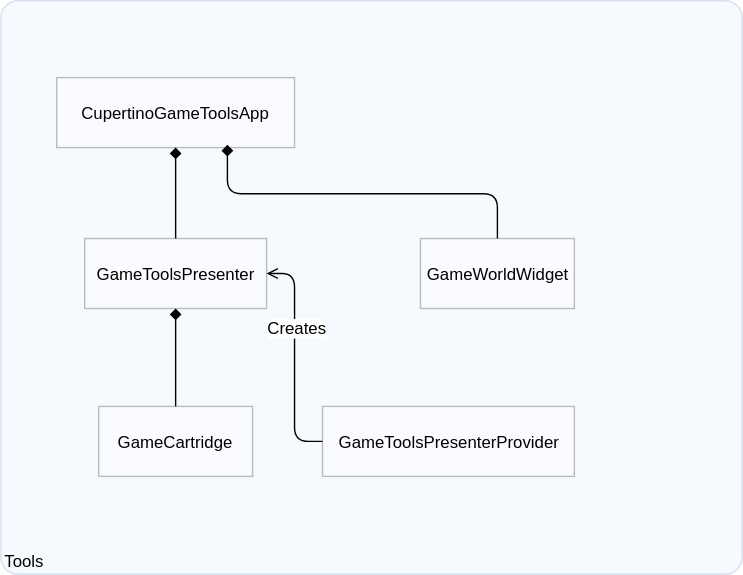
Before: doc/KGRESS-Code - Tools.svg, a diagram exported from draw.io (kevinvandenbreemen/kgress). Source tidied: cells renumbered, new cells last; positions are measured from the earlier drawing's top-left corner, leaving out a move shared by most shapes. Source of this version:
```xml
<mxGraphModel>
  <root>
    <mxCell id="0" />
    <mxCell id="1" parent="0" />
    <object id="2" label="&lt;div style=&quot;text-align: left&quot;&gt;Tools&lt;/div&gt;" c4Application="applicationAndVersion" c4Name="name" c4Type="ExecutionEnvironment" placeholders="1">
      <mxCell style="rounded=1;whiteSpace=wrap;html=1;labelBackgroundColor=none;fillColor=#dae8fc;align=left;arcSize=3;strokeColor=#6c8ebf;verticalAlign=bottom;opacity=25;" parent="1" vertex="1">
        <mxGeometry width="530" height="410" as="geometry" />
      </mxCell>
    </object>
    <mxCell id="3" value="&lt;span style=&quot;font-weight: normal&quot;&gt;CupertinoGameToolsApp&lt;/span&gt;&lt;br style=&quot;font-size: 12px&quot;&gt;" style="html=1;fontSize=12;opacity=25;fontStyle=1;" parent="1" vertex="1">
      <mxGeometry x="40" y="55" width="170" height="50" as="geometry" />
    </mxCell>
    <mxCell id="4" style="edgeStyle=orthogonalEdgeStyle;rounded=1;jettySize=auto;html=1;exitX=0.5;exitY=0;exitDx=0;exitDy=0;entryX=0.5;entryY=1;entryDx=0;entryDy=0;endArrow=diamond;endFill=1;fontSize=12;" parent="1" edge="1" source="5" target="7">
      <mxGeometry relative="1" as="geometry" />
    </mxCell>
    <mxCell id="5" value="GameCartridge&lt;br&gt;" style="html=1;fontSize=12;opacity=25;" parent="1" vertex="1">
      <mxGeometry x="70" y="290" width="110" height="50" as="geometry" />
    </mxCell>
    <mxCell id="6" style="edgeStyle=orthogonalEdgeStyle;rounded=1;jettySize=auto;html=1;exitX=0.5;exitY=0;exitDx=0;exitDy=0;entryX=0.5;entryY=1;entryDx=0;entryDy=0;endArrow=diamond;endFill=1;fontSize=12;" parent="1" edge="1" source="7" target="3">
      <mxGeometry relative="1" as="geometry" />
    </mxCell>
    <mxCell id="7" value="GameToolsPresenter&lt;br&gt;" style="html=1;fontSize=12;opacity=25;" parent="1" vertex="1">
      <mxGeometry x="60" y="170" width="130" height="50" as="geometry" />
    </mxCell>
    <mxCell id="8" style="edgeStyle=orthogonalEdgeStyle;rounded=1;jettySize=auto;html=1;exitX=0;exitY=0.5;exitDx=0;exitDy=0;entryX=1;entryY=0.5;entryDx=0;entryDy=0;endArrow=open;endFill=0;fontSize=12;" parent="1" edge="1" source="10" target="7">
      <mxGeometry relative="1" as="geometry" />
    </mxCell>
    <mxCell id="9" value="Creates" style="text;html=1;align=center;verticalAlign=middle;labelBackgroundColor=#ffffff;fontSize=12;" parent="8" vertex="1">
      <mxGeometry x="0.27" y="-1" relative="1" as="geometry" />
    </mxCell>
    <mxCell id="10" value="GameToolsPresenterProvider" style="html=1;fontSize=12;opacity=25;" parent="1" vertex="1">
      <mxGeometry x="230" y="290" width="180" height="50" as="geometry" />
    </mxCell>
    <mxCell id="11" style="edgeStyle=orthogonalEdgeStyle;rounded=1;jettySize=auto;html=1;exitX=0.5;exitY=0;exitDx=0;exitDy=0;entryX=0.718;entryY=0.96;entryDx=0;entryDy=0;entryPerimeter=0;endArrow=diamond;endFill=1;fontSize=12;" parent="1" edge="1" source="12" target="3">
      <mxGeometry relative="1" as="geometry" />
    </mxCell>
    <mxCell id="12" value="GameWorldWidget" style="html=1;fontSize=12;opacity=25;" parent="1" vertex="1">
      <mxGeometry x="300" y="170" width="110" height="50" as="geometry" />
    </mxCell>
  </root>
</mxGraphModel>
```
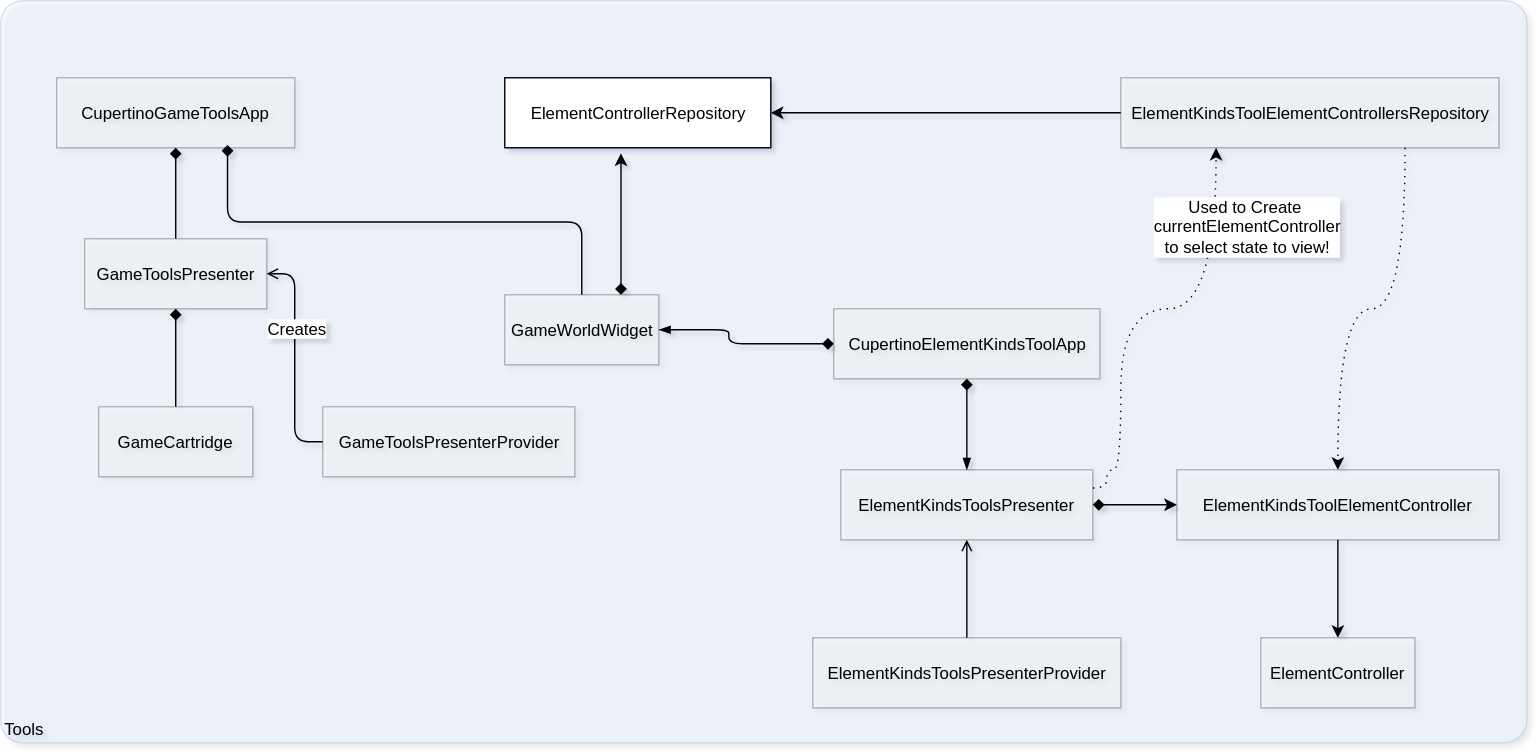
After the commit.

Change to the diagram source:
```diff
@@ -4,7 +4,7 @@
     <mxCell id="1" parent="0" />
     <object id="2" label="&lt;div style=&quot;text-align: left&quot;&gt;Tools&lt;/div&gt;" c4Application="applicationAndVersion" c4Name="name" c4Type="ExecutionEnvironment" placeholders="1">
       <mxCell style="rounded=1;whiteSpace=wrap;html=1;labelBackgroundColor=none;fillColor=#dae8fc;align=left;arcSize=3;strokeColor=#6c8ebf;verticalAlign=bottom;opacity=25;" parent="1" vertex="1">
-        <mxGeometry width="530" height="410" as="geometry" />
+        <mxGeometry width="1090" height="530" as="geometry" />
       </mxCell>
     </object>
     <mxCell id="3" value="&lt;span style=&quot;font-weight: normal&quot;&gt;CupertinoGameToolsApp&lt;/span&gt;&lt;br style=&quot;font-size: 12px&quot;&gt;" style="html=1;fontSize=12;opacity=25;fontStyle=1;" parent="1" vertex="1">
@@ -34,8 +34,74 @@
     <mxCell id="11" style="edgeStyle=orthogonalEdgeStyle;rounded=1;jettySize=auto;html=1;exitX=0.5;exitY=0;exitDx=0;exitDy=0;entryX=0.718;entryY=0.96;entryDx=0;entryDy=0;entryPerimeter=0;endArrow=diamond;endFill=1;fontSize=12;" parent="1" edge="1" source="12" target="3">
       <mxGeometry relative="1" as="geometry" />
     </mxCell>
+    <mxCell id="13" style="edgeStyle=orthogonalEdgeStyle;rounded=0;jettySize=auto;html=1;exitX=0.75;exitY=0;exitDx=0;exitDy=0;entryX=0.437;entryY=1.08;entryDx=0;entryDy=0;entryPerimeter=0;startArrow=diamond;startFill=1;" parent="1" edge="1" source="12" target="26">
+      <mxGeometry relative="1" as="geometry" />
+    </mxCell>
     <mxCell id="12" value="GameWorldWidget" style="html=1;fontSize=12;opacity=25;" parent="1" vertex="1">
-      <mxGeometry x="300" y="170" width="110" height="50" as="geometry" />
+      <mxGeometry x="360" y="210" width="110" height="50" as="geometry" />
     </mxCell>
+    <mxCell id="14" style="edgeStyle=orthogonalEdgeStyle;rounded=0;jettySize=auto;html=1;exitX=0.5;exitY=1;exitDx=0;exitDy=0;entryX=0.5;entryY=0;entryDx=0;entryDy=0;endArrow=blockThin;endFill=1;startArrow=diamond;startFill=1;" parent="1" edge="1" source="16" target="22">
+      <mxGeometry relative="1" as="geometry" />
+    </mxCell>
+    <mxCell id="15" style="edgeStyle=orthogonalEdgeStyle;rounded=1;jettySize=auto;html=1;exitX=0;exitY=0.5;exitDx=0;exitDy=0;entryX=1;entryY=0.5;entryDx=0;entryDy=0;startArrow=diamond;startFill=1;endArrow=blockThin;endFill=1;" parent="1" edge="1" source="16" target="12">
+      <mxGeometry relative="1" as="geometry">
+        <Array as="points">
+          <mxPoint x="520" y="245" />
+          <mxPoint x="520" y="235" />
+        </Array>
+      </mxGeometry>
+    </mxCell>
+    <mxCell id="16" value="CupertinoElementKindsToolApp" style="html=1;opacity=25;" parent="1" vertex="1">
+      <mxGeometry x="595" y="220" width="190" height="50" as="geometry" />
+    </mxCell>
+    <mxCell id="17" style="edgeStyle=orthogonalEdgeStyle;rounded=0;jettySize=auto;html=1;endArrow=open;endFill=0;" parent="1" edge="1" source="18" target="22">
+      <mxGeometry relative="1" as="geometry" />
+    </mxCell>
+    <mxCell id="18" value="ElementKindsToolsPresenterProvider" style="html=1;opacity=25;" parent="1" vertex="1">
+      <mxGeometry x="580" y="455" width="220" height="50" as="geometry" />
+    </mxCell>
+    <mxCell id="19" style="edgeStyle=orthogonalEdgeStyle;rounded=0;jettySize=auto;html=1;exitX=1;exitY=0.5;exitDx=0;exitDy=0;entryX=0;entryY=0.5;entryDx=0;entryDy=0;startArrow=diamond;startFill=1;" parent="1" edge="1" source="22" target="29">
+      <mxGeometry relative="1" as="geometry" />
+    </mxCell>
+    <mxCell id="20" style="edgeStyle=orthogonalEdgeStyle;jettySize=auto;html=1;exitX=1;exitY=0.25;exitDx=0;exitDy=0;entryX=0.25;entryY=1;entryDx=0;entryDy=0;startArrow=none;startFill=0;dashed=1;dashPattern=1 4;curved=1;" parent="1" edge="1" source="22" target="25">
+      <mxGeometry relative="1" as="geometry">
+        <Array as="points">
+          <mxPoint x="790" y="348" />
+          <mxPoint x="790" y="335" />
+          <mxPoint x="800" y="335" />
+          <mxPoint x="800" y="220" />
+          <mxPoint x="868" y="220" />
+        </Array>
+      </mxGeometry>
+    </mxCell>
+    <mxCell id="21" value="Used to Create&amp;nbsp;&lt;br&gt;currentElementController&lt;br&gt;to select state to view!&lt;br&gt;" style="text;html=1;align=center;verticalAlign=middle;labelBackgroundColor=#ffffff;" parent="20" vertex="1">
+      <mxGeometry x="-0.6" y="1" relative="1" as="geometry">
+        <mxPoint x="91" y="-141" as="offset" />
+      </mxGeometry>
+    </mxCell>
+    <mxCell id="22" value="ElementKindsToolsPresenter" style="html=1;opacity=25;" parent="1" vertex="1">
+      <mxGeometry x="600" y="335" width="180" height="50" as="geometry" />
+    </mxCell>
+    <mxCell id="23" style="edgeStyle=orthogonalEdgeStyle;rounded=0;jettySize=auto;html=1;exitX=0;exitY=0.5;exitDx=0;exitDy=0;startArrow=none;startFill=0;" parent="1" edge="1" source="25" target="26">
+      <mxGeometry relative="1" as="geometry" />
+    </mxCell>
+    <mxCell id="24" style="edgeStyle=orthogonalEdgeStyle;jettySize=auto;html=1;exitX=0.75;exitY=1;exitDx=0;exitDy=0;dashed=1;dashPattern=1 4;startArrow=none;startFill=0;curved=1;" parent="1" edge="1" source="25" target="29">
+      <mxGeometry relative="1" as="geometry" />
+    </mxCell>
+    <mxCell id="25" value="ElementKindsToolElementControllersRepository" style="html=1;opacity=25;" parent="1" vertex="1">
+      <mxGeometry x="800" y="55" width="270" height="50" as="geometry" />
+    </mxCell>
+    <mxCell id="26" value="ElementControllerRepository" style="html=1;" parent="1" vertex="1">
+      <mxGeometry x="360" y="55" width="190" height="50" as="geometry" />
+    </mxCell>
+    <mxCell id="27" value="ElementController" style="html=1;opacity=25;" parent="1" vertex="1">
+      <mxGeometry x="900" y="455" width="110" height="50" as="geometry" />
+    </mxCell>
+    <mxCell id="28" style="edgeStyle=orthogonalEdgeStyle;rounded=0;jettySize=auto;html=1;exitX=0.5;exitY=1;exitDx=0;exitDy=0;entryX=0.5;entryY=0;entryDx=0;entryDy=0;startArrow=none;startFill=0;" parent="1" edge="1" source="29" target="27">
+      <mxGeometry relative="1" as="geometry" />
+    </mxCell>
+    <mxCell id="29" value="ElementKindsToolElementController" style="html=1;opacity=25;" parent="1" vertex="1">
+      <mxGeometry x="840" y="335" width="230" height="50" as="geometry" />
+    </mxCell>
   </root>
 </mxGraphModel>
```
